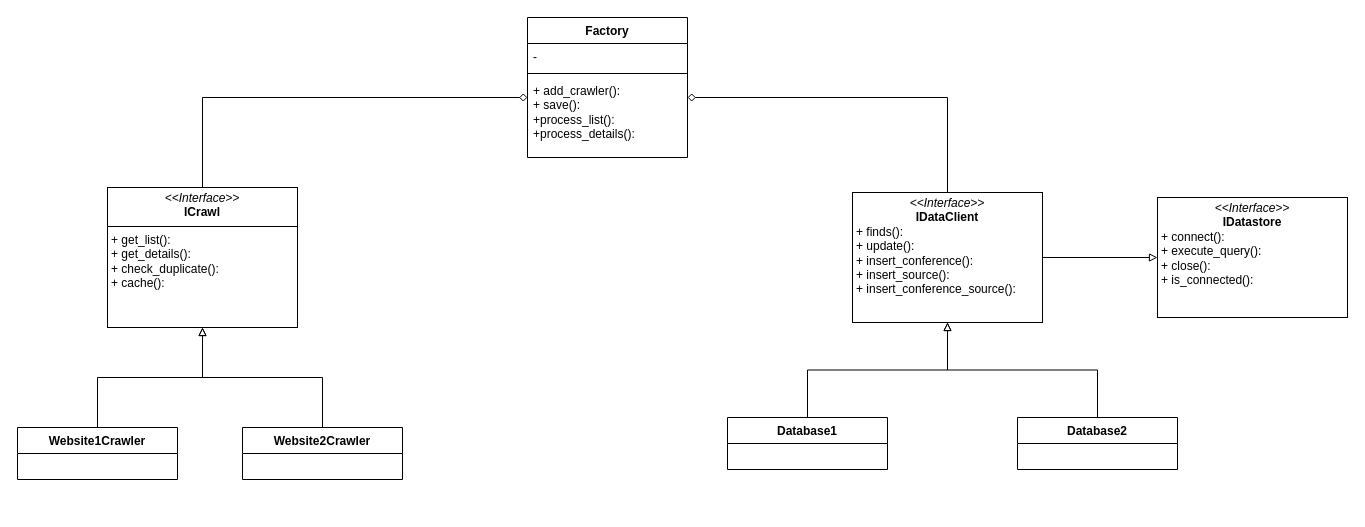
Above: page "Class" (3 of 4) of Diagram.drawio in phonnn/it-conferences-crawler (draw.io), before the change. Source tidied: cells renumbered, new cells numbered last; positions are measured from the earlier drawing's top-left corner, leaving out a move shared by most shapes. Both pictures are drawn from the tidied source at 100%, with x=0, y=0 at pixel (17, 17).
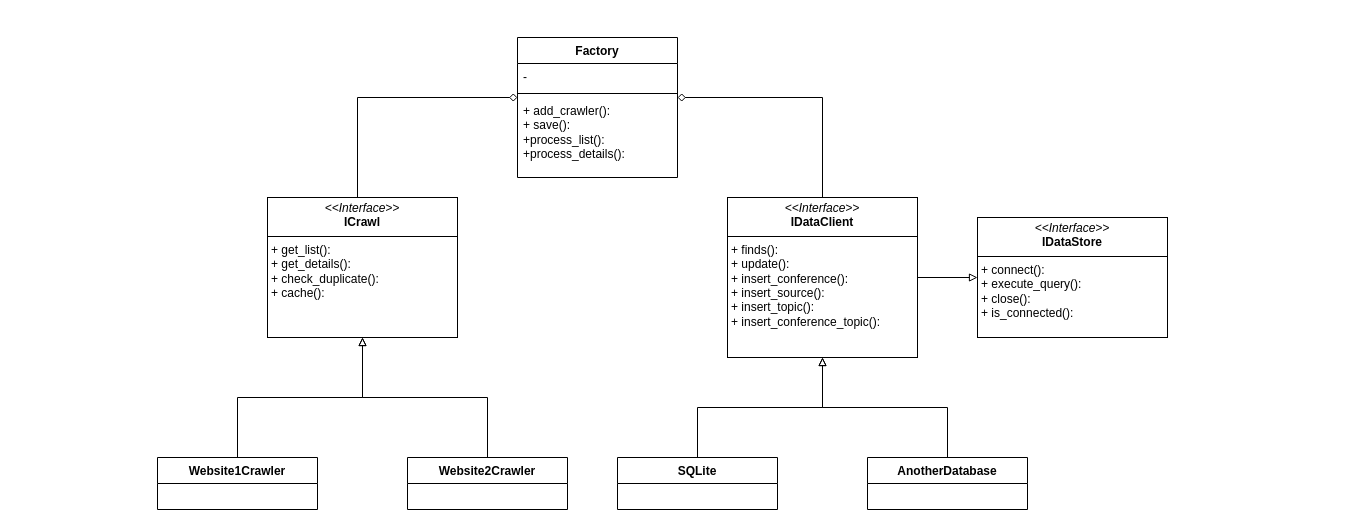
The same diagram, later.

Unchanged cells that the change refers to:
```xml
<mxCell id="5" value="+ add_crawler():&lt;div&gt;+ save():&lt;br&gt;&lt;/div&gt;&lt;div&gt;+process_list():&lt;/div&gt;&lt;div&gt;+process_details():&lt;/div&gt;" style="text;strokeColor=none;fillColor=none;align=left;verticalAlign=top;spacingLeft=4;spacingRight=4;overflow=hidden;points=[[0,0.5],[1,0.5]];portConstraint=eastwest;whiteSpace=wrap;html=1;" parent="2" vertex="1">
  <mxGeometry y="60" width="160" height="80" as="geometry" />
</mxCell>
```

What changed in the source:
```diff
@@
     <mxCell id="2" value="Factory" style="swimlane;fontStyle=1;align=center;verticalAlign=top;horizontal=1;startSize=26;whiteSpace=wrap;html=1;" parent="1" vertex="1">
-      <mxGeometry x="510" width="160" height="140" as="geometry" />
+      <mxGeometry x="500" y="20" width="160" height="140" as="geometry" />
     </mxCell>
@@
-    <mxCell id="6" style="edgeStyle=orthogonalEdgeStyle;rounded=0;jettySize=auto;html=1;endArrow=diamond;endFill=0;" parent="1" edge="1" source="7" target="5">
+    <mxCell id="6" style="edgeStyle=orthogonalEdgeStyle;rounded=0;jettySize=auto;html=1;endArrow=diamond;endFill=0;exitX=0.458;exitY=0.014;exitDx=0;exitDy=0;exitPerimeter=0;" parent="1" edge="1" source="7" target="5">
       <mxGeometry relative="1" as="geometry">
         <Array as="points">
-          <mxPoint x="185" y="80" />
+          <mxPoint x="340" y="182" />
+          <mxPoint x="340" y="80" />
         </Array>
       </mxGeometry>
     </mxCell>
     <mxCell id="7" value="&lt;p style=&quot;margin:0px;margin-top:4px;text-align:center;&quot;&gt;&lt;i&gt;&amp;lt;&amp;lt;Interface&amp;gt;&amp;gt;&lt;/i&gt;&lt;br&gt;&lt;b&gt;ICrawl&lt;/b&gt;&lt;/p&gt;&lt;hr size=&quot;1&quot; style=&quot;border-style:solid;&quot;&gt;&lt;p style=&quot;margin:0px;margin-left:4px;&quot;&gt;&lt;span style=&quot;background-color: initial;&quot;&gt;+ get_list():&amp;nbsp;&lt;/span&gt;&lt;br&gt;&lt;/p&gt;&lt;p style=&quot;margin:0px;margin-left:4px;&quot;&gt;&lt;span style=&quot;background-color: initial;&quot;&gt;+ get_details():&lt;/span&gt;&lt;/p&gt;&lt;p style=&quot;margin:0px;margin-left:4px;&quot;&gt;&lt;span style=&quot;background-color: initial;&quot;&gt;+ check_duplicate():&lt;/span&gt;&lt;/p&gt;&lt;p style=&quot;margin:0px;margin-left:4px;&quot;&gt;+ cache():&lt;/p&gt;" style="verticalAlign=top;align=left;overflow=fill;html=1;whiteSpace=wrap;" parent="1" vertex="1">
-      <mxGeometry x="90" y="170" width="190" height="140" as="geometry" />
+      <mxGeometry x="250" y="180" width="190" height="140" as="geometry" />
     </mxCell>
-    <mxCell id="8" style="edgeStyle=orthogonalEdgeStyle;rounded=0;jettySize=auto;html=1;endArrow=diamond;endFill=0;" parent="1" edge="1" source="9" target="5">
+    <mxCell id="8" style="edgeStyle=orthogonalEdgeStyle;rounded=0;jettySize=auto;html=1;endArrow=diamond;endFill=0;exitX=0.5;exitY=0;exitDx=0;exitDy=0;" parent="1" edge="1" source="20" target="5">
       <mxGeometry relative="1" as="geometry">
         <Array as="points">
-          <mxPoint x="930" y="80" />
+          <mxPoint x="805" y="80" />
         </Array>
       </mxGeometry>
     </mxCell>
-    <mxCell id="9" value="&lt;p style=&quot;margin:0px;margin-top:4px;text-align:center;&quot;&gt;&lt;i&gt;&amp;lt;&amp;lt;Interface&amp;gt;&amp;gt;&lt;/i&gt;&lt;br&gt;&lt;b&gt;IDataClient&lt;/b&gt;&lt;/p&gt;&lt;p style=&quot;margin:0px;margin-left:4px;&quot;&gt;&lt;span style=&quot;background-color: initial;&quot;&gt;+ finds():&lt;/span&gt;&lt;/p&gt;&lt;p style=&quot;margin:0px;margin-left:4px;&quot;&gt;+ update():&lt;/p&gt;&lt;p style=&quot;margin:0px;margin-left:4px;&quot;&gt;+ insert_conference():&lt;/p&gt;&lt;p style=&quot;margin: 0px 0px 0px 4px;&quot;&gt;+ insert_source():&lt;/p&gt;&lt;p style=&quot;margin: 0px 0px 0px 4px;&quot;&gt;+ insert_conference_source():&lt;/p&gt;&lt;p style=&quot;margin: 0px 0px 0px 4px;&quot;&gt;&lt;br&gt;&lt;/p&gt;" style="verticalAlign=top;align=left;overflow=fill;html=1;whiteSpace=wrap;" parent="1" vertex="1">
-      <mxGeometry x="835" y="175" width="190" height="130" as="geometry" />
-    </mxCell>
-    <mxCell id="10" style="edgeStyle=orthogonalEdgeStyle;rounded=0;jettySize=auto;html=1;endArrow=block;endFill=0;" parent="1" edge="1" source="11" target="9">
+    <mxCell id="10" style="edgeStyle=orthogonalEdgeStyle;rounded=0;jettySize=auto;html=1;endArrow=block;endFill=0;entryX=0.5;entryY=1;entryDx=0;entryDy=0;" parent="1" edge="1" source="11" target="20">
       <mxGeometry relative="1" as="geometry" />
     </mxCell>
-    <mxCell id="11" value="Database1" style="swimlane;fontStyle=1;align=center;verticalAlign=top;horizontal=1;startSize=26;whiteSpace=wrap;html=1;" parent="1" vertex="1">
-      <mxGeometry x="710" y="400" width="160" height="52" as="geometry" />
+    <mxCell id="11" value="SQLite" style="swimlane;fontStyle=1;align=center;verticalAlign=top;horizontal=1;startSize=26;whiteSpace=wrap;html=1;" parent="1" vertex="1">
+      <mxGeometry x="600" y="440" width="160" height="52" as="geometry" />
     </mxCell>
@@
     <mxCell id="13" value="Website1Crawler" style="swimlane;fontStyle=1;align=center;verticalAlign=top;horizontal=1;startSize=26;whiteSpace=wrap;html=1;" parent="1" vertex="1">
-      <mxGeometry y="410" width="160" height="52" as="geometry" />
+      <mxGeometry x="140" y="440" width="160" height="52" as="geometry" />
     </mxCell>
     <mxCell id="14" value="Website2Crawler" style="swimlane;fontStyle=1;align=center;verticalAlign=top;horizontal=1;startSize=26;whiteSpace=wrap;html=1;" parent="1" vertex="1">
-      <mxGeometry x="225" y="410" width="160" height="52" as="geometry" />
+      <mxGeometry x="390" y="440" width="160" height="52" as="geometry" />
     </mxCell>
@@
-    <mxCell id="16" style="edgeStyle=orthogonalEdgeStyle;rounded=0;jettySize=auto;html=1;endArrow=block;endFill=0;" parent="1" edge="1" source="17" target="9">
+    <mxCell id="16" style="edgeStyle=orthogonalEdgeStyle;rounded=0;jettySize=auto;html=1;endArrow=block;endFill=0;entryX=0.5;entryY=1;entryDx=0;entryDy=0;" parent="1" edge="1" source="17" target="20">
       <mxGeometry relative="1" as="geometry" />
     </mxCell>
-    <mxCell id="17" value="Database2" style="swimlane;fontStyle=1;align=center;verticalAlign=top;horizontal=1;startSize=26;whiteSpace=wrap;html=1;" parent="1" vertex="1">
-      <mxGeometry x="1000" y="400" width="160" height="52" as="geometry" />
+    <mxCell id="17" value="AnotherDatabase" style="swimlane;fontStyle=1;align=center;verticalAlign=top;horizontal=1;startSize=26;whiteSpace=wrap;html=1;" parent="1" vertex="1">
+      <mxGeometry x="850" y="440" width="160" height="52" as="geometry" />
     </mxCell>
-    <mxCell id="18" style="edgeStyle=orthogonalEdgeStyle;rounded=0;jettySize=auto;html=1;endArrow=none;endFill=0;startArrow=block;startFill=0;" parent="1" edge="1" source="19" target="9">
+    <mxCell id="18" style="edgeStyle=orthogonalEdgeStyle;rounded=0;jettySize=auto;html=1;endArrow=none;endFill=0;startArrow=block;startFill=0;entryX=1;entryY=0.5;entryDx=0;entryDy=0;" parent="1" edge="1" source="21" target="20">
       <mxGeometry relative="1" as="geometry" />
     </mxCell>
-    <mxCell id="19" value="&lt;p style=&quot;margin:0px;margin-top:4px;text-align:center;&quot;&gt;&lt;i&gt;&amp;lt;&amp;lt;Interface&amp;gt;&amp;gt;&lt;/i&gt;&lt;br&gt;&lt;b&gt;IDatastore&lt;/b&gt;&lt;/p&gt;&lt;p style=&quot;margin:0px;margin-left:4px;&quot;&gt;&lt;span style=&quot;background-color: initial;&quot;&gt;+ connect():&lt;/span&gt;&lt;/p&gt;&lt;p style=&quot;margin:0px;margin-left:4px;&quot;&gt;+ execute_query():&lt;/p&gt;&lt;p style=&quot;margin:0px;margin-left:4px;&quot;&gt;+ close():&lt;/p&gt;&lt;p style=&quot;margin:0px;margin-left:4px;&quot;&gt;+ is_connected():&lt;/p&gt;" style="verticalAlign=top;align=left;overflow=fill;html=1;whiteSpace=wrap;" parent="1" vertex="1">
-      <mxGeometry x="1140" y="180" width="190" height="120" as="geometry" />
-    </mxCell>
+    <mxCell id="20" value="&lt;p style=&quot;margin:0px;margin-top:4px;text-align:center;&quot;&gt;&lt;i&gt;&amp;lt;&amp;lt;Interface&amp;gt;&amp;gt;&lt;/i&gt;&lt;br&gt;&lt;b&gt;IDataClient&lt;/b&gt;&lt;/p&gt;&lt;hr size=&quot;1&quot; style=&quot;border-style:solid;&quot;&gt;&lt;p style=&quot;margin: 0px 0px 0px 4px;&quot;&gt;&lt;span style=&quot;background-color: initial;&quot;&gt;+ finds():&lt;/span&gt;&lt;/p&gt;&lt;p style=&quot;margin: 0px 0px 0px 4px;&quot;&gt;+ update():&lt;/p&gt;&lt;p style=&quot;margin: 0px 0px 0px 4px;&quot;&gt;+ insert_conference():&lt;/p&gt;&lt;p style=&quot;margin: 0px 0px 0px 4px;&quot;&gt;+ insert_source():&lt;/p&gt;&lt;p style=&quot;margin: 0px 0px 0px 4px;&quot;&gt;+ insert_topic():&lt;/p&gt;&lt;p style=&quot;margin: 0px 0px 0px 4px;&quot;&gt;+ insert_conference_topic():&lt;/p&gt;" style="verticalAlign=top;align=left;overflow=fill;html=1;whiteSpace=wrap;" parent="1" vertex="1">
+      <mxGeometry x="710" y="180" width="190" height="160" as="geometry" />
+    </mxCell>
+    <mxCell id="21" value="&lt;p style=&quot;margin:0px;margin-top:4px;text-align:center;&quot;&gt;&lt;i&gt;&amp;lt;&amp;lt;Interface&amp;gt;&amp;gt;&lt;/i&gt;&lt;br&gt;&lt;b&gt;IDataStore&lt;/b&gt;&lt;/p&gt;&lt;hr size=&quot;1&quot; style=&quot;border-style:solid;&quot;&gt;&lt;p style=&quot;margin: 0px 0px 0px 4px;&quot;&gt;&lt;span style=&quot;background-color: initial;&quot;&gt;+ connect():&lt;/span&gt;&lt;br&gt;&lt;/p&gt;&lt;p style=&quot;margin: 0px 0px 0px 4px;&quot;&gt;+ execute_query():&lt;/p&gt;&lt;p style=&quot;margin: 0px 0px 0px 4px;&quot;&gt;+ close():&lt;/p&gt;&lt;p style=&quot;margin: 0px 0px 0px 4px;&quot;&gt;+ is_connected():&lt;/p&gt;" style="verticalAlign=top;align=left;overflow=fill;html=1;whiteSpace=wrap;" parent="1" vertex="1">
+      <mxGeometry x="960" y="200" width="190" height="120" as="geometry" />
+    </mxCell>
+    <mxCell id="22" style="edgeStyle=orthogonalEdgeStyle;rounded=0;orthogonalLoop=1;jettySize=auto;html=1;exitX=0.5;exitY=1;exitDx=0;exitDy=0;" parent="1" edge="1" source="21" target="21">
+      <mxGeometry relative="1" as="geometry" />
+    </mxCell>
```
